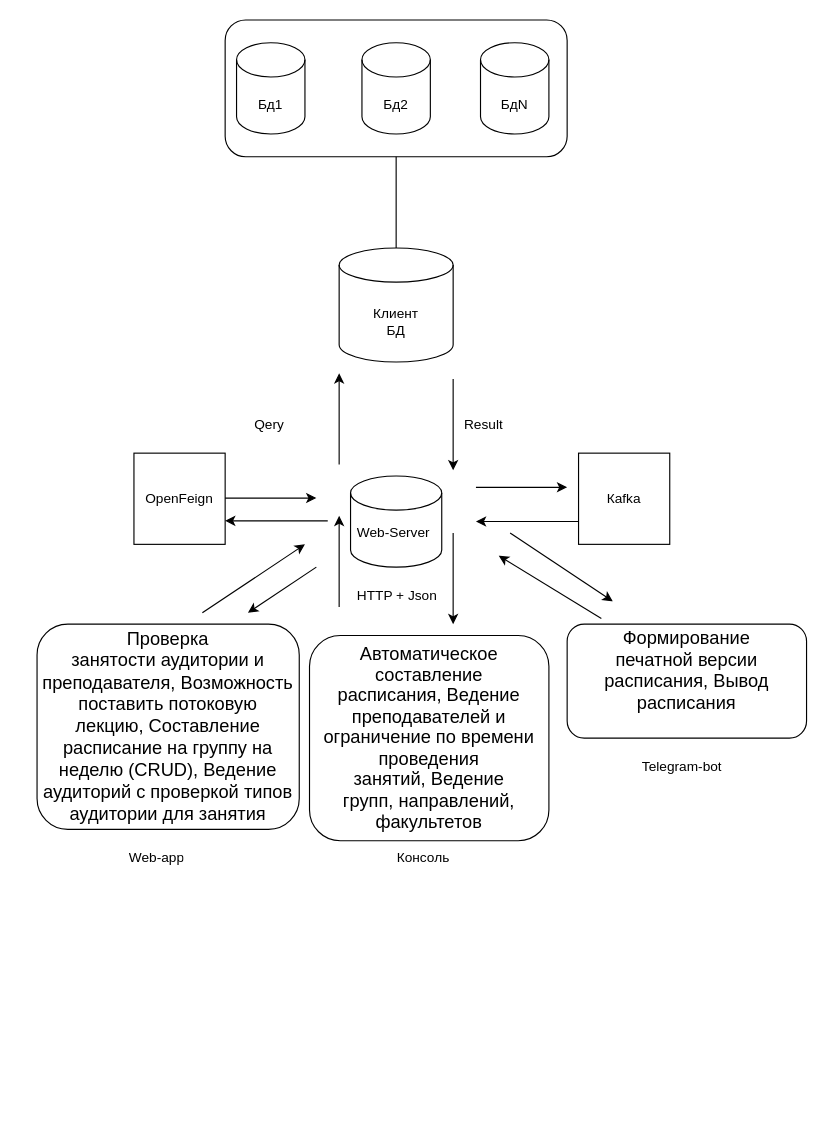
Before: Диаграмма пиаип.drawio in GokaPek/Noting, a draw.io diagram. Source tidied: cells renumbered, new cells numbered last; positions are measured from the earlier drawing's top-left corner, leaving out a move shared by most shapes. Both pictures are drawn from the tidied source at 114%, with x=0, y=0 at pixel (36, 19).
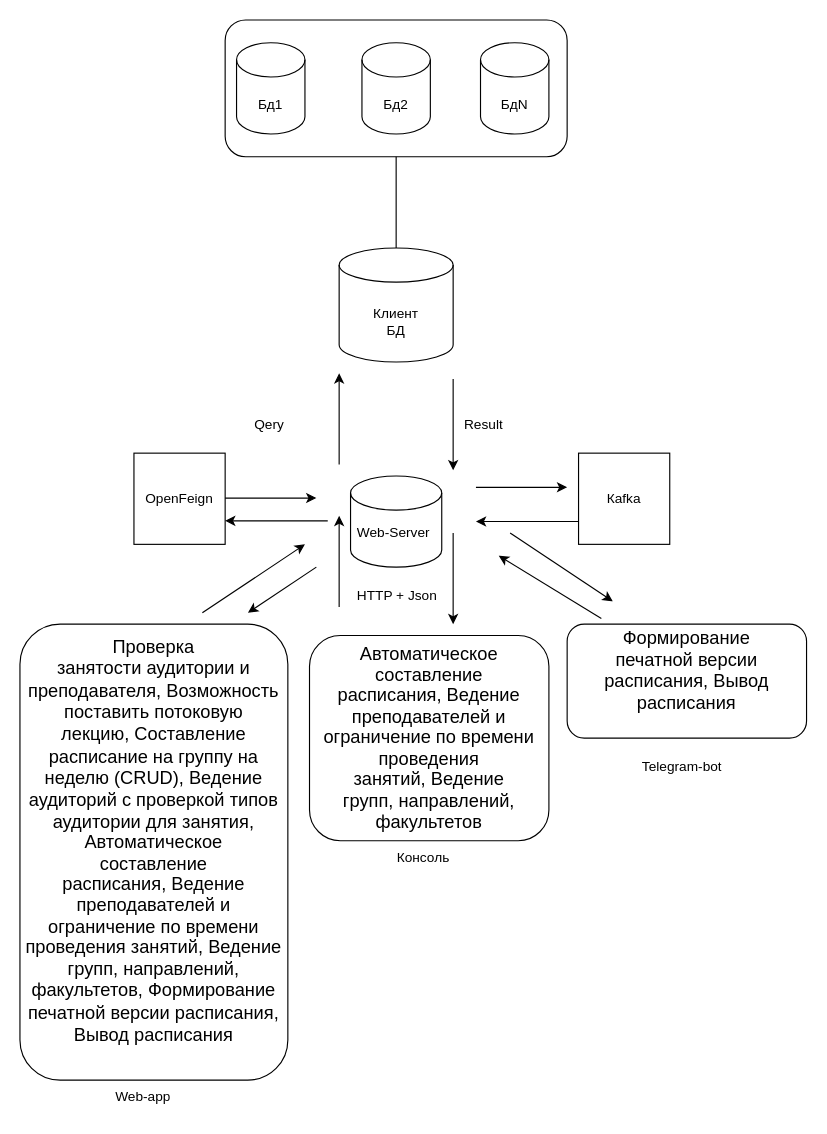
After the change.

The edit, as a diff of the source:
```diff
@@
-    <mxCell id="11" value="&lt;div&gt;&lt;span style=&quot;font-size:12.0pt;line-height:115%;&lt;br/&gt;font-family:&amp;quot;Calibri&amp;quot;,sans-serif;mso-ascii-theme-font:minor-latin;mso-fareast-font-family:&lt;br/&gt;Calibri;mso-fareast-theme-font:minor-latin;mso-hansi-theme-font:minor-latin;&lt;br/&gt;mso-bidi-font-family:&amp;quot;Times New Roman&amp;quot;;mso-bidi-theme-font:minor-bidi;&lt;br/&gt;mso-ansi-language:RU;mso-fareast-language:EN-US;mso-bidi-language:AR-SA&quot;&gt;&lt;span style=&quot;font-family: Calibri, sans-serif; font-size: 12pt; background-color: initial;&quot;&gt;Проверка&lt;br&gt;занятости аудитории и преподавателя&lt;/span&gt;,&amp;nbsp;&lt;/span&gt;&lt;span style=&quot;font-family: Calibri, sans-serif; font-size: 12pt; background-color: initial;&quot;&gt;Возможность&lt;br&gt;поставить потоковую лекцию,&amp;nbsp;&lt;/span&gt;&lt;span style=&quot;font-family: Calibri, sans-serif; font-size: 12pt; background-color: initial;&quot;&gt;Составление&lt;br&gt;расписание на группу на неделю (CRUD),&amp;nbsp;&lt;/span&gt;&lt;span style=&quot;font-family: Calibri, sans-serif; font-size: 12pt; background-color: initial;&quot;&gt;Ведение&lt;br/&gt;аудиторий с проверкой типов аудитории для занятия&lt;/span&gt;&lt;/div&gt;" style="rounded=1;whiteSpace=wrap;html=1;" parent="1" vertex="1">
-      <mxGeometry y="530" width="230" height="180" as="geometry" />
+    <mxCell id="11" value="&lt;div&gt;&lt;span style=&quot;font-size:12.0pt;line-height:115%;&lt;br/&gt;font-family:&amp;quot;Calibri&amp;quot;,sans-serif;mso-ascii-theme-font:minor-latin;mso-fareast-font-family:&lt;br/&gt;Calibri;mso-fareast-theme-font:minor-latin;mso-hansi-theme-font:minor-latin;&lt;br/&gt;mso-bidi-font-family:&amp;quot;Times New Roman&amp;quot;;mso-bidi-theme-font:minor-bidi;&lt;br/&gt;mso-ansi-language:RU;mso-fareast-language:EN-US;mso-bidi-language:AR-SA&quot;&gt;&lt;span style=&quot;font-family: Calibri, sans-serif; font-size: 12pt; background-color: initial;&quot;&gt;Проверка&lt;br&gt;занятости аудитории и преподавателя&lt;/span&gt;,&amp;nbsp;&lt;/span&gt;&lt;span style=&quot;font-family: Calibri, sans-serif; font-size: 12pt; background-color: initial;&quot;&gt;Возможность&lt;br&gt;поставить потоковую лекцию,&amp;nbsp;&lt;/span&gt;&lt;span style=&quot;font-family: Calibri, sans-serif; font-size: 12pt; background-color: initial;&quot;&gt;Составление&lt;br&gt;расписание на группу на неделю (CRUD),&amp;nbsp;&lt;/span&gt;&lt;span style=&quot;font-family: Calibri, sans-serif; font-size: 12pt; background-color: initial;&quot;&gt;Ведение&lt;br&gt;аудиторий с проверкой типов аудитории для занятия,&lt;/span&gt;&lt;/div&gt;&lt;div&gt;&lt;span style=&quot;font-size: 12pt; line-height: 18.4px;&quot;&gt;Автоматическое&lt;br&gt;составление расписания,&amp;nbsp;&lt;/span&gt;&lt;span style=&quot;font-size: 12pt; line-height: 18.4px;&quot;&gt;Ведение&lt;br&gt;преподавателей и ограничение по времени проведения занятий,&amp;nbsp;&lt;/span&gt;&lt;span style=&quot;font-size: 12pt; line-height: 18.4px;&quot;&gt;Ведение&lt;br&gt;групп, направлений, факультетов,&amp;nbsp;&lt;/span&gt;&lt;span style=&quot;font-size: 16px; background-color: transparent; color: light-dark(rgb(0, 0, 0), rgb(255, 255, 255));&quot;&gt;Формирование&lt;/span&gt;&lt;/div&gt;&lt;span style=&quot;font-size: 16px;&quot;&gt;печатной версии расписания, Вывод расписания&lt;/span&gt;&lt;div&gt;&lt;span style=&quot;font-size: 16px;&quot;&gt;&lt;br&gt;&lt;/span&gt;&lt;/div&gt;" style="rounded=1;whiteSpace=wrap;html=1;" parent="1" vertex="1">
+      <mxGeometry x="-15" y="530" width="235" height="400" as="geometry" />
     </mxCell>
@@
     <mxCell id="24" value="Web-app" style="text;strokeColor=none;fillColor=none;align=left;verticalAlign=middle;spacingLeft=4;spacingRight=4;overflow=hidden;whiteSpace=wrap;html=1;" parent="1" vertex="1">
-      <mxGeometry x="75" y="720" width="80" height="30" as="geometry" />
+      <mxGeometry x="62.5" y="930" width="80" height="30" as="geometry" />
     </mxCell>
```
